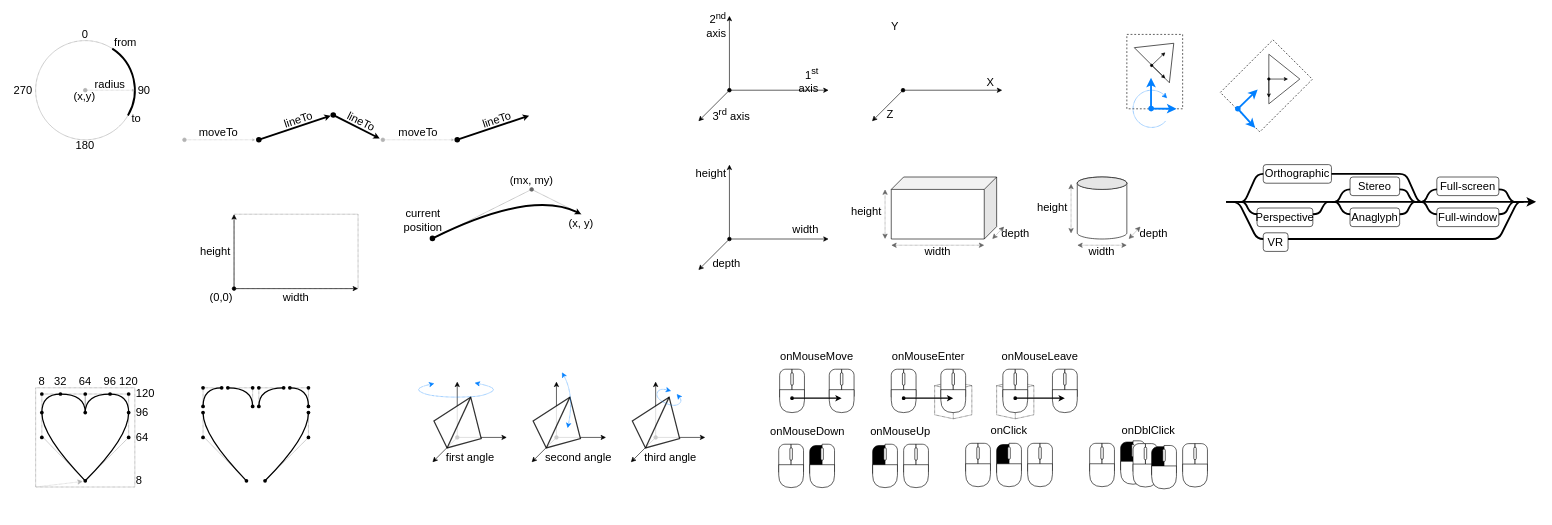
boytchev/suica keeps this draw.io diagram as docs/images/images.drawio. Above is the earlier version. Source tidied: cells renumbered, new cells numbered last; positions are measured from the earlier drawing's top-left corner, leaving out a move shared by most shapes. Both pictures are drawn from the tidied source at 62%, with x=0, y=0 at pixel (11, 16).
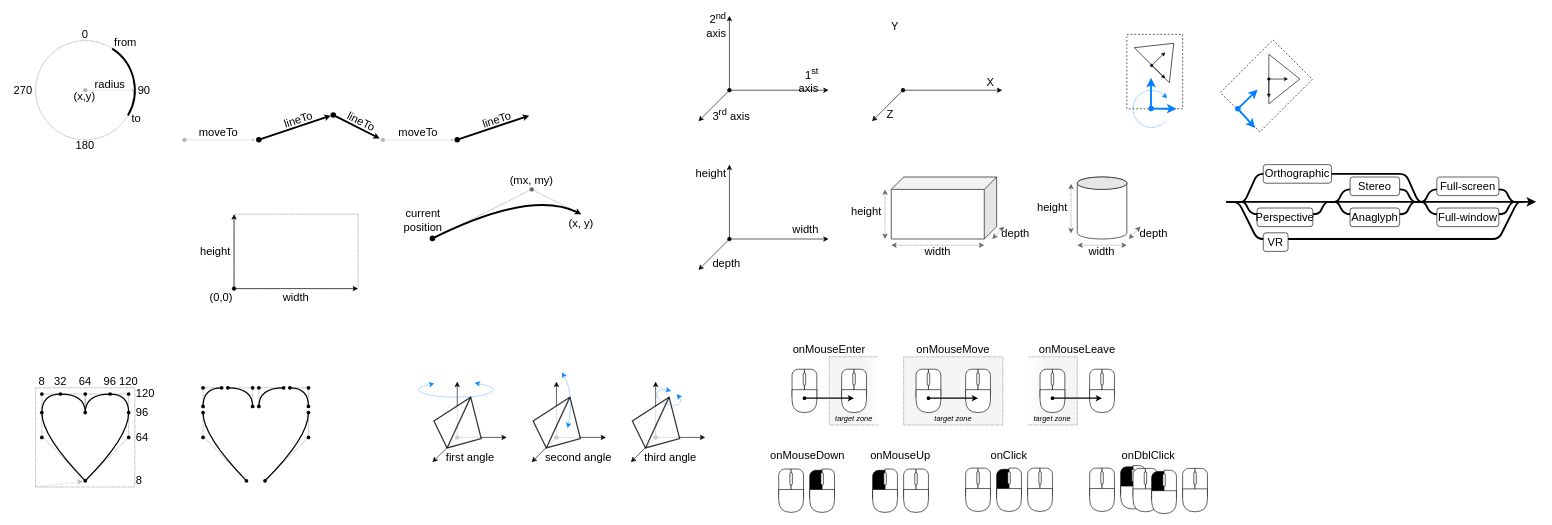
After the change.

Change to the diagram source:
```diff
@@
-    <mxCell id="2" style="html=1;whiteSpace=wrap;shape=isoCube2;backgroundOutline=1;isoAngle=6.849293491769717;dashed=1;dashPattern=1 1;" parent="1" vertex="1">
-      <mxGeometry x="1490" y="590" width="60" height="60" as="geometry" />
-    </mxCell>
+    <mxCell id="280" style="rounded=0;whiteSpace=wrap;html=1;fillColor=#f5f5f5;dashed=1;dashPattern=1 1;fontColor=#333333;strokeColor=none;" parent="1" vertex="1">
+      <mxGeometry x="1670" y="550" width="50" height="110" as="geometry" />
+    </mxCell>
+    <mxCell id="205" style="group;fillColor=none;" parent="1" vertex="1">
+      <mxGeometry x="1660" y="570" width="60" height="90" as="geometry" />
+    </mxCell>
+    <mxCell id="281" style="rounded=0;whiteSpace=wrap;html=1;fillColor=#f5f5f5;dashed=1;dashPattern=1 1;fontColor=#333333;strokeColor=none;gradientColor=#ffffff;gradientDirection=west;" parent="205" vertex="1">
+      <mxGeometry x="-20" y="-20" width="30" height="110" as="geometry" />
+    </mxCell>
+    <mxCell id="206" style="verticalLabelPosition=bottom;verticalAlign=top;html=1;shape=mxgraph.basic.diag_round_rect;dx=15;" parent="205" vertex="1">
+      <mxGeometry width="20" height="45" as="geometry" />
+    </mxCell>
+    <mxCell id="207" style="verticalLabelPosition=bottom;verticalAlign=top;html=1;shape=mxgraph.basic.diag_round_rect;dx=15;flipH=1;" parent="205" vertex="1">
+      <mxGeometry x="20" width="20" height="44" as="geometry" />
+    </mxCell>
+    <mxCell id="208" style="shape=delay;whiteSpace=wrap;html=1;rotation=90;" parent="205" vertex="1">
+      <mxGeometry x="1.5" y="31.5" width="37" height="40" as="geometry" />
+    </mxCell>
+    <mxCell id="209" style="rounded=1;whiteSpace=wrap;html=1;arcSize=50;" parent="205" vertex="1">
+      <mxGeometry x="18" y="5.7" width="4" height="20.2" as="geometry" />
+    </mxCell>
+    <mxCell id="282" style="rounded=0;whiteSpace=wrap;html=1;fillColor=#f5f5f5;dashed=1;dashPattern=1 1;fontColor=#333333;strokeColor=none;gradientColor=#ffffff;gradientDirection=east;" parent="1" vertex="1">
+      <mxGeometry x="1380" y="550" width="20" height="110" as="geometry" />
+    </mxCell>
+    <mxCell id="283" style="rounded=0;whiteSpace=wrap;html=1;fillColor=#f5f5f5;dashed=1;dashPattern=1 1;fontColor=#333333;strokeColor=none;" parent="1" vertex="1">
+      <mxGeometry x="1320" y="550" width="60" height="110" as="geometry" />
+    </mxCell>
+    <mxCell id="284" style="rounded=0;whiteSpace=wrap;html=1;fillColor=#f5f5f5;dashed=1;dashPattern=1 1;fontColor=#333333;strokeColor=#666666;" parent="1" vertex="1">
+      <mxGeometry x="1440" y="550" width="160" height="110" as="geometry" />
+    </mxCell>
@@
     <mxCell id="179" value="onMouseMove" style="text;html=1;strokeColor=none;fillColor=none;align=center;verticalAlign=middle;whiteSpace=wrap;rounded=0;rotation=0;fontFamily=Calibri;fontSize=18;" parent="1" vertex="1">
-      <mxGeometry x="1240" y="539" width="120" height="20" as="geometry" />
+      <mxGeometry x="1460" y="529" width="120" height="20" as="geometry" />
     </mxCell>
     <mxCell id="180" value="onMouseEnter" style="text;html=1;strokeColor=none;fillColor=none;align=center;verticalAlign=middle;whiteSpace=wrap;rounded=0;rotation=0;fontFamily=Calibri;fontSize=18;" parent="1" vertex="1">
-      <mxGeometry x="1420" y="539" width="120" height="20" as="geometry" />
+      <mxGeometry x="1260" y="529" width="120" height="20" as="geometry" />
     </mxCell>
     <mxCell id="181" value="onMouseLeave" style="text;html=1;strokeColor=none;fillColor=none;align=center;verticalAlign=middle;whiteSpace=wrap;rounded=0;rotation=0;fontFamily=Calibri;fontSize=18;" parent="1" vertex="1">
-      <mxGeometry x="1600" y="539" width="120" height="20" as="geometry" />
+      <mxGeometry x="1660" y="529" width="120" height="20" as="geometry" />
     </mxCell>
     <mxCell id="182" style="group;fillColor=none;" parent="1" vertex="1">
-      <mxGeometry x="1240" y="570" width="40" height="70" as="geometry" />
+      <mxGeometry x="1460" y="570" width="40" height="70" as="geometry" />
     </mxCell>
@@
     <mxCell id="187" style="group;fillColor=none;" parent="1" vertex="1">
-      <mxGeometry x="1320" y="570" width="40" height="70" as="geometry" />
+      <mxGeometry x="1540" y="570" width="40" height="70" as="geometry" />
     </mxCell>
@@
     <mxCell id="192" style="endArrow=classic;html=1;rounded=0;strokeWidth=2;endSize=4;startSize=4;strokeColor=#000000;startArrow=oval;startFill=1;" parent="1" edge="1">
       <mxGeometry relative="1" as="geometry">
-        <mxPoint x="1260" y="616.7" as="sourcePoint" />
-        <mxPoint x="1340" y="616.7" as="targetPoint" />
+        <mxPoint x="1480" y="616.7" as="sourcePoint" />
+        <mxPoint x="1560" y="616.7" as="targetPoint" />
       </mxGeometry>
     </mxCell>
     <mxCell id="193" style="group;fillColor=none;" parent="1" vertex="1">
-      <mxGeometry x="1420" y="570" width="40" height="70" as="geometry" />
+      <mxGeometry x="1260" y="570" width="40" height="70" as="geometry" />
     </mxCell>
@@
     <mxCell id="198" style="group;fillColor=none;" parent="1" vertex="1">
-      <mxGeometry x="1500" y="570" width="40" height="70" as="geometry" />
+      <mxGeometry x="1340" y="570" width="40" height="70" as="geometry" />
     </mxCell>
@@
     <mxCell id="203" style="endArrow=classic;html=1;rounded=0;strokeWidth=2;endSize=4;startSize=4;strokeColor=#000000;startArrow=oval;startFill=1;" parent="1" edge="1">
       <mxGeometry relative="1" as="geometry">
-        <mxPoint x="1440" y="616.7" as="sourcePoint" />
-        <mxPoint x="1520" y="616.7" as="targetPoint" />
+        <mxPoint x="1280" y="616.7" as="sourcePoint" />
+        <mxPoint x="1360" y="616.7" as="targetPoint" />
       </mxGeometry>
     </mxCell>
-    <mxCell id="204" style="html=1;whiteSpace=wrap;shape=isoCube2;backgroundOutline=1;isoAngle=6.849293491769717;dashed=1;dashPattern=1 1;" parent="1" vertex="1">
-      <mxGeometry x="1590" y="590" width="60" height="60" as="geometry" />
-    </mxCell>
-    <mxCell id="205" style="group;fillColor=none;" parent="1" vertex="1">
-      <mxGeometry x="1600" y="570" width="40" height="70" as="geometry" />
-    </mxCell>
-    <mxCell id="206" style="verticalLabelPosition=bottom;verticalAlign=top;html=1;shape=mxgraph.basic.diag_round_rect;dx=15;" parent="205" vertex="1">
-      <mxGeometry width="20" height="45" as="geometry" />
-    </mxCell>
-    <mxCell id="207" style="verticalLabelPosition=bottom;verticalAlign=top;html=1;shape=mxgraph.basic.diag_round_rect;dx=15;flipH=1;" parent="205" vertex="1">
-      <mxGeometry x="20" width="20" height="44" as="geometry" />
-    </mxCell>
-    <mxCell id="208" style="shape=delay;whiteSpace=wrap;html=1;rotation=90;" parent="205" vertex="1">
-      <mxGeometry x="1.5" y="31.5" width="37" height="40" as="geometry" />
-    </mxCell>
-    <mxCell id="209" style="rounded=1;whiteSpace=wrap;html=1;arcSize=50;" parent="205" vertex="1">
-      <mxGeometry x="18" y="5.7" width="4" height="20.2" as="geometry" />
-    </mxCell>
     <mxCell id="210" style="group;fillColor=none;" parent="1" vertex="1">
-      <mxGeometry x="1680" y="570" width="40" height="70" as="geometry" />
+      <mxGeometry x="1740" y="570" width="40" height="70" as="geometry" />
     </mxCell>
@@
     <mxCell id="215" style="endArrow=classic;html=1;rounded=0;strokeWidth=2;endSize=4;startSize=4;strokeColor=#000000;startArrow=oval;startFill=1;" parent="1" edge="1">
       <mxGeometry relative="1" as="geometry">
-        <mxPoint x="1620" y="616.7" as="sourcePoint" />
-        <mxPoint x="1700" y="616.7" as="targetPoint" />
+        <mxPoint x="1680" y="616.7" as="sourcePoint" />
+        <mxPoint x="1760" y="616.7" as="targetPoint" />
       </mxGeometry>
     </mxCell>
     <mxCell id="216" value="onMouseDown" style="text;html=1;strokeColor=none;fillColor=none;align=center;verticalAlign=middle;whiteSpace=wrap;rounded=0;rotation=0;fontFamily=Calibri;fontSize=18;" parent="1" vertex="1">
-      <mxGeometry x="1220" y="660" width="130" height="20" as="geometry" />
+      <mxGeometry x="1220" y="700" width="130" height="20" as="geometry" />
     </mxCell>
     <mxCell id="217" style="group;fillColor=none;" parent="1" vertex="1">
-      <mxGeometry x="1238.5" y="691" width="40" height="70" as="geometry" />
+      <mxGeometry x="1238.5" y="731" width="40" height="70" as="geometry" />
     </mxCell>
@@
     <mxCell id="222" style="group;fillColor=none;" parent="1" vertex="1">
-      <mxGeometry x="1288.5" y="691" width="40" height="70" as="geometry" />
+      <mxGeometry x="1288.5" y="731" width="40" height="70" as="geometry" />
     </mxCell>
@@
     <mxCell id="227" value="onMouseUp" style="text;html=1;strokeColor=none;fillColor=none;align=center;verticalAlign=middle;whiteSpace=wrap;rounded=0;rotation=0;fontFamily=Calibri;fontSize=18;" parent="1" vertex="1">
-      <mxGeometry x="1390" y="660" width="90" height="20" as="geometry" />
+      <mxGeometry x="1390" y="700" width="90" height="20" as="geometry" />
     </mxCell>
     <mxCell id="228" style="group;fillColor=none;" parent="1" vertex="1">
-      <mxGeometry x="1390" y="691" width="40" height="70" as="geometry" />
+      <mxGeometry x="1390" y="731" width="40" height="70" as="geometry" />
     </mxCell>
@@
     <mxCell id="233" style="group;fillColor=none;" parent="1" vertex="1">
-      <mxGeometry x="1440" y="691" width="40" height="70" as="geometry" />
+      <mxGeometry x="1440" y="731" width="40" height="70" as="geometry" />
     </mxCell>
@@
     <mxCell id="238" value="onClick" style="text;html=1;strokeColor=none;fillColor=none;align=center;verticalAlign=middle;whiteSpace=wrap;rounded=0;rotation=0;fontFamily=Calibri;fontSize=18;" parent="1" vertex="1">
-      <mxGeometry x="1540" y="658.5" width="140" height="21.5" as="geometry" />
+      <mxGeometry x="1540" y="698.5" width="140" height="21.5" as="geometry" />
     </mxCell>
     <mxCell id="239" style="group;fillColor=none;" parent="1" vertex="1">
-      <mxGeometry x="1590" y="689.5" width="40" height="70" as="geometry" />
+      <mxGeometry x="1590" y="729.5" width="40" height="70" as="geometry" />
     </mxCell>
@@
     <mxCell id="244" style="group;fillColor=none;" parent="1" vertex="1">
-      <mxGeometry x="1640" y="689.5" width="40" height="70" as="geometry" />
+      <mxGeometry x="1640" y="729.5" width="40" height="70" as="geometry" />
     </mxCell>
@@
     <mxCell id="249" style="group;fillColor=none;" parent="1" vertex="1">
-      <mxGeometry x="1540" y="689.5" width="40" height="70" as="geometry" />
+      <mxGeometry x="1540" y="729.5" width="40" height="70" as="geometry" />
     </mxCell>
@@
     <mxCell id="254" style="group;fillColor=none;" parent="1" vertex="1">
-      <mxGeometry x="1790" y="685.5" width="40" height="70" as="geometry" />
+      <mxGeometry x="1790" y="725.5" width="40" height="70" as="geometry" />
     </mxCell>
@@
     <mxCell id="259" style="group;fillColor=none;" parent="1" vertex="1">
-      <mxGeometry x="1810" y="690" width="40" height="70" as="geometry" />
+      <mxGeometry x="1810" y="730" width="40" height="70" as="geometry" />
     </mxCell>
@@
     <mxCell id="264" style="group;fillColor=none;" parent="1" vertex="1">
-      <mxGeometry x="1740" y="689.5" width="40" height="70" as="geometry" />
+      <mxGeometry x="1740" y="729.5" width="40" height="70" as="geometry" />
     </mxCell>
@@
     <mxCell id="269" style="group;fillColor=none;" parent="1" vertex="1">
-      <mxGeometry x="1840" y="693" width="40" height="70" as="geometry" />
+      <mxGeometry x="1840" y="733" width="40" height="70" as="geometry" />
     </mxCell>
@@
     <mxCell id="274" style="group;fillColor=none;" parent="1" vertex="1">
-      <mxGeometry x="1890" y="690" width="40" height="70" as="geometry" />
+      <mxGeometry x="1890" y="730" width="40" height="70" as="geometry" />
     </mxCell>
@@
     <mxCell id="279" value="onDblClick" style="text;html=1;strokeColor=none;fillColor=none;align=center;verticalAlign=middle;whiteSpace=wrap;rounded=0;rotation=0;fontFamily=Calibri;fontSize=18;" parent="1" vertex="1">
-      <mxGeometry x="1740" y="658.5" width="190" height="21.5" as="geometry" />
+      <mxGeometry x="1740" y="698.5" width="190" height="21.5" as="geometry" />
     </mxCell>
+    <mxCell id="285" value="target zone" style="text;html=1;strokeColor=none;fillColor=none;align=center;verticalAlign=middle;whiteSpace=wrap;rounded=0;rotation=0;fontFamily=Calibri;fontSize=12;fontStyle=2;" parent="1" vertex="1">
+      <mxGeometry x="1440" y="640" width="160" height="20" as="geometry" />
+    </mxCell>
+    <mxCell id="286" value="target zone" style="text;html=1;strokeColor=none;fillColor=none;align=center;verticalAlign=middle;whiteSpace=wrap;rounded=0;rotation=0;fontFamily=Calibri;fontSize=12;fontStyle=2;" parent="1" vertex="1">
+      <mxGeometry x="1320" y="640" width="80" height="20" as="geometry" />
+    </mxCell>
+    <mxCell id="287" value="target zone" style="text;html=1;strokeColor=none;fillColor=none;align=center;verticalAlign=middle;whiteSpace=wrap;rounded=0;rotation=0;fontFamily=Calibri;fontSize=12;fontStyle=2;" parent="1" vertex="1">
+      <mxGeometry x="1640" y="640" width="80" height="20" as="geometry" />
+    </mxCell>
+    <mxCell id="288" style="endArrow=none;html=1;rounded=0;strokeWidth=1;endSize=4;startSize=4;strokeColor=#666666;startArrow=none;startFill=0;fontSize=12;fillColor=none;fontColor=#333333;dashed=1;dashPattern=1 1;endFill=0;" parent="1" edge="1">
+      <mxGeometry relative="1" as="geometry">
+        <mxPoint x="1400" y="660" as="sourcePoint" />
+        <mxPoint x="1400" y="550" as="targetPoint" />
+        <Array as="points">
+          <mxPoint x="1320" y="660" />
+          <mxPoint x="1320" y="550" />
+        </Array>
+      </mxGeometry>
+    </mxCell>
+    <mxCell id="289" style="endArrow=none;html=1;rounded=0;strokeWidth=1;endSize=4;startSize=4;strokeColor=#666666;startArrow=none;startFill=0;fontSize=12;fillColor=none;fontColor=#333333;dashed=1;dashPattern=1 1;endFill=0;exitX=0;exitY=1;exitDx=0;exitDy=0;" parent="1" edge="1" source="287">
+      <mxGeometry relative="1" as="geometry">
+        <mxPoint x="1640" y="550" as="targetPoint" />
+        <Array as="points">
+          <mxPoint x="1720" y="660" />
+          <mxPoint x="1720" y="550" />
+        </Array>
+      </mxGeometry>
+    </mxCell>
```
